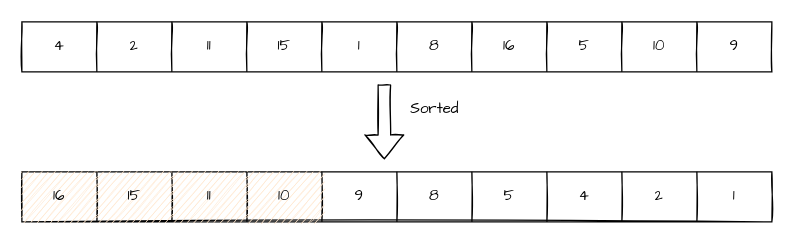
The draw.io diagram Test Diagram.drawio in Tryking/diagrams, before the edit. Source tidied: cells renumbered, new cells numbered last; positions are measured from the earlier drawing's top-left corner, leaving out a move shared by most shapes. Both pictures are drawn from the tidied source at 125%, with x=0, y=0 at pixel (21, 21).
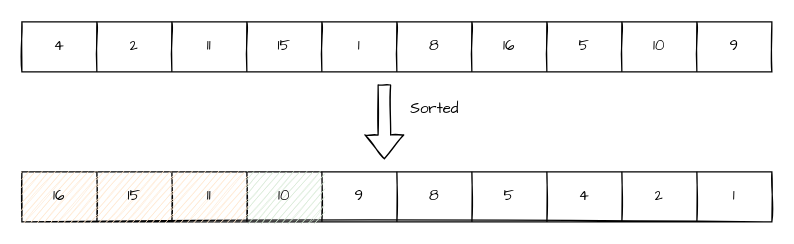
Above is the later version.

The change refers to these unchanged cells:
```xml
<mxCell id="15" style="shape=partialRectangle;fillColor=none;top=0;left=0;bottom=0;right=0;sketch=1;fillStyle=auto;fontFamily=Comic Sans MS;" parent="14" vertex="1">
  <mxGeometry width="600" height="40" as="geometry" />
</mxCell>
```

What changed in the source:
```diff
@@
-    <mxCell id="19" value="10" style="shape=partialRectangle;html=1;whiteSpace=wrap;overflow=hidden;fillColor=#ffe6cc;top=0;left=0;bottom=0;right=0;sketch=1;fillStyle=auto;fontFamily=Comic Sans MS;strokeColor=#d79b00;" parent="15" vertex="1">
+    <mxCell id="19" value="10" style="shape=partialRectangle;html=1;whiteSpace=wrap;overflow=hidden;fillColor=#d5e8d4;top=0;left=0;bottom=0;right=0;sketch=1;fillStyle=auto;fontFamily=Comic Sans MS;strokeColor=#82b366;" parent="15" vertex="1">
       <mxGeometry x="180" width="60" height="40" as="geometry" />
     </mxCell>
```
